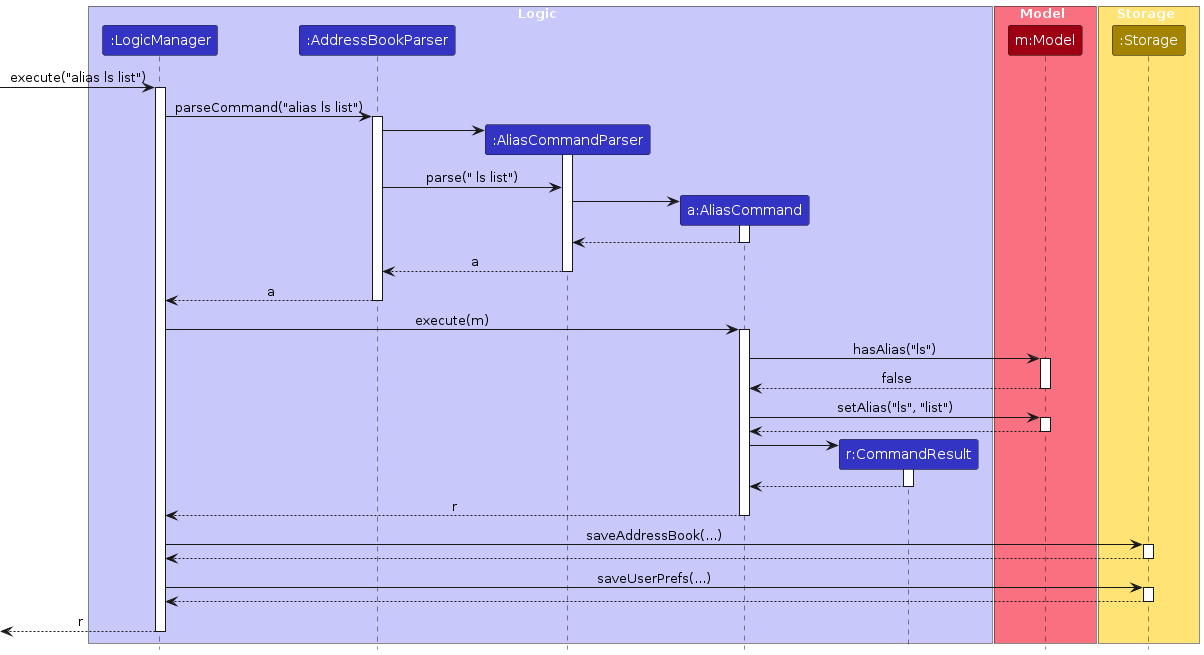
Earlier version of the PlantUML export diagrams/AliasSequenceDiagram.png (AY2526S2-CS2103T-W12-2/tp). Its source is kept beside it as diagrams/AliasSequenceDiagram.puml.
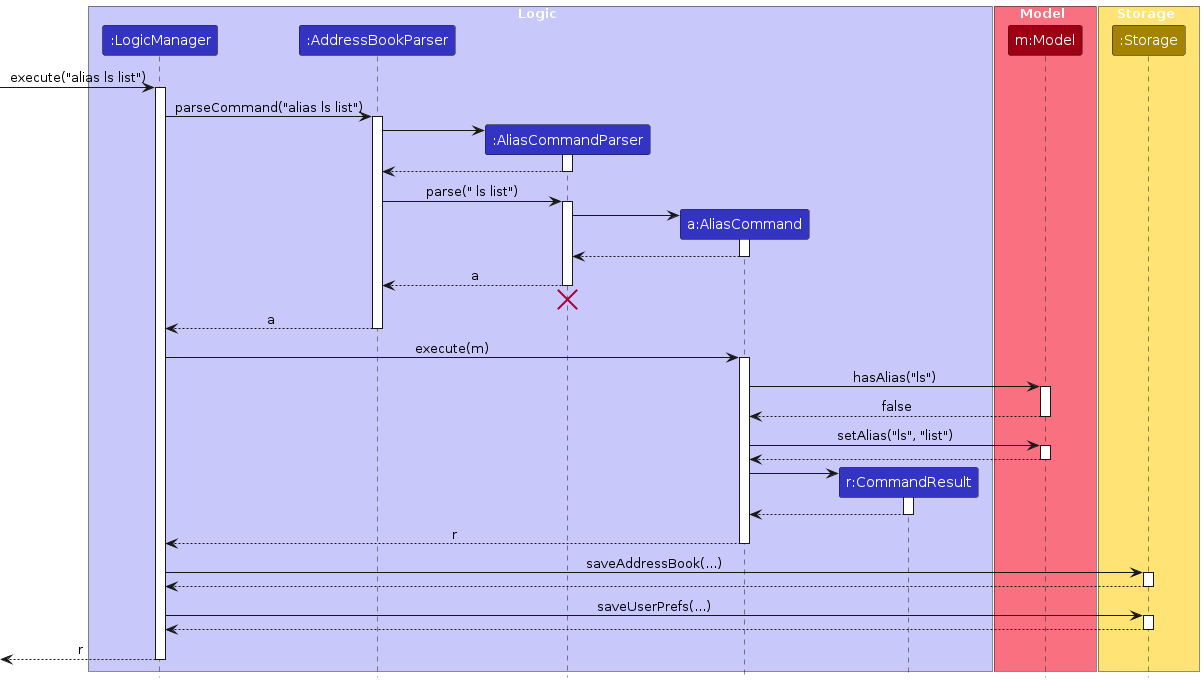
Above is the later version.

Change to the diagram source:
```diff
@@ -28,7 +28,11 @@
 AddressBookParser -> AliasCommandParser
 activate AliasCommandParser
 
+AliasCommandParser --> AddressBookParser
+deactivate AliasCommandParser
+
 AddressBookParser -> AliasCommandParser : parse(" ls list")
+activate AliasCommandParser
 create AliasCommand
 AliasCommandParser -> AliasCommand
 activate AliasCommand
@@ -36,8 +40,11 @@
 deactivate AliasCommand
 AliasCommandParser --> AddressBookParser : a
 deactivate AliasCommandParser
+AliasCommandParser -[hidden]-> AddressBookParser
+destroy AliasCommandParser
 AddressBookParser --> LogicManager : a
 deactivate AddressBookParser
+
 
 LogicManager -> AliasCommand : execute(m)
 activate AliasCommand
```
